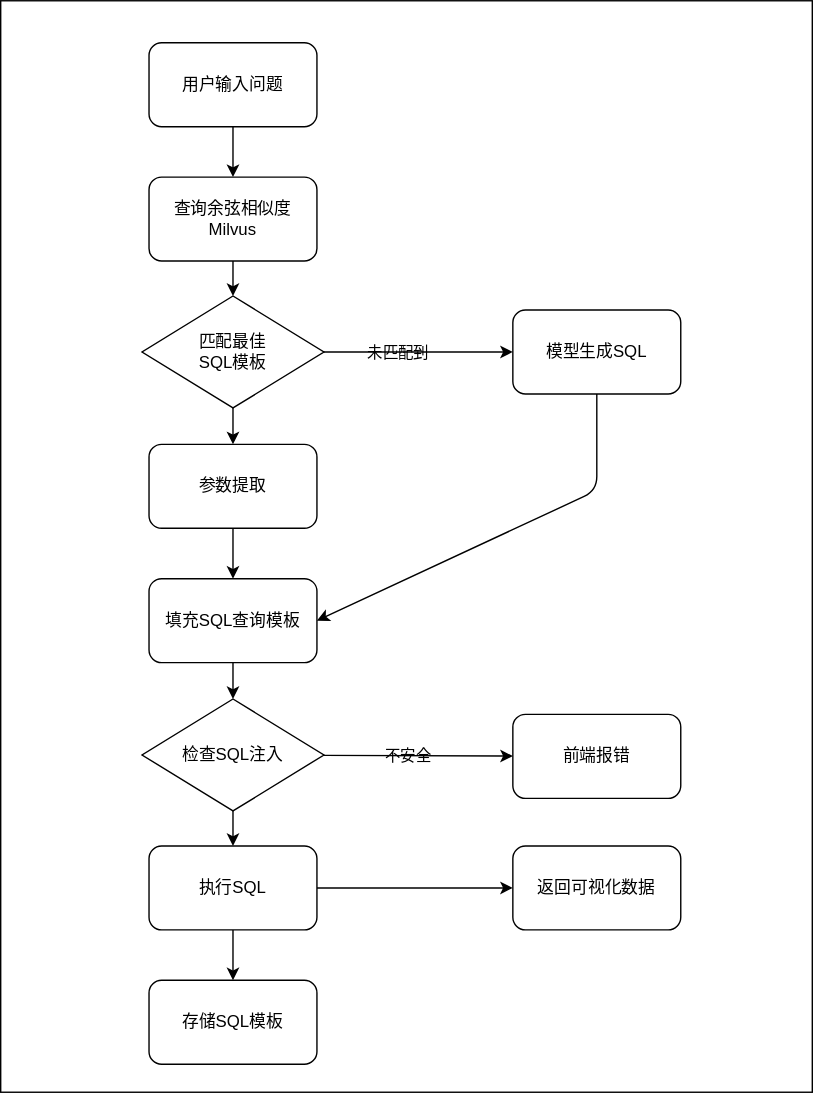
This is images/chat-bi.svg from sumingcheng/chat-bi, a draw.io export, as it was before one commit. Source tidied: cells renumbered, new cells last; positions are measured from the earlier drawing's top-left corner, leaving out a move shared by most shapes.
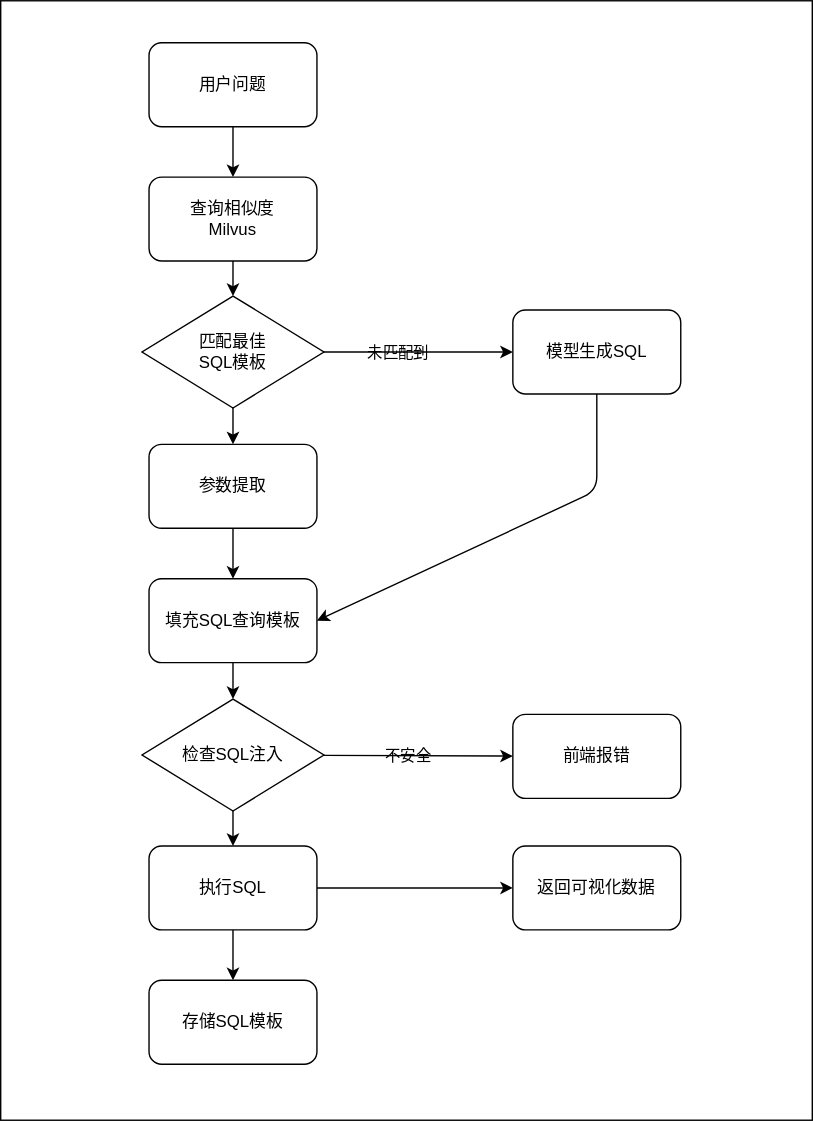
Above is the later version.

Commit message:
Optimize position of elements in chat-bi.drawio

What changed in the source:
```diff
@@ -3,18 +3,18 @@
     <mxCell id="0" />
     <mxCell id="1" parent="0" />
     <mxCell id="2" style="rounded=0;whiteSpace=wrap;html=1;labelBackgroundColor=none;" parent="1" vertex="1">
-      <mxGeometry width="580" height="780" as="geometry" />
+      <mxGeometry width="580" height="800" as="geometry" />
     </mxCell>
     <mxCell id="3" style="edgeStyle=none;html=1;labelBackgroundColor=none;" parent="1" edge="1" source="4" target="6">
       <mxGeometry relative="1" as="geometry" />
     </mxCell>
-    <mxCell id="4" value="用户输入问题" style="rounded=1;whiteSpace=wrap;html=1;flipV=0;flipH=1;labelBackgroundColor=none;" parent="1" vertex="1">
+    <mxCell id="4" value="用户问题" style="rounded=1;whiteSpace=wrap;html=1;flipV=0;flipH=1;labelBackgroundColor=none;" parent="1" vertex="1">
       <mxGeometry x="106" y="30" width="120" height="60" as="geometry" />
     </mxCell>
     <mxCell id="5" style="edgeStyle=none;html=1;labelBackgroundColor=none;" parent="1" edge="1" source="6" target="20">
       <mxGeometry relative="1" as="geometry" />
     </mxCell>
-    <mxCell id="6" value="查询余弦相似度&lt;br&gt;Milvus" style="rounded=1;whiteSpace=wrap;html=1;flipV=0;flipH=1;labelBackgroundColor=none;" parent="1" vertex="1">
+    <mxCell id="6" value="查询相似度&lt;br&gt;Milvus" style="rounded=1;whiteSpace=wrap;html=1;flipV=0;flipH=1;labelBackgroundColor=none;" parent="1" vertex="1">
       <mxGeometry x="106" y="126" width="120" height="60" as="geometry" />
     </mxCell>
     <mxCell id="7" style="edgeStyle=none;html=1;labelBackgroundColor=none;entryX=1;entryY=0.5;entryDx=0;entryDy=0;" parent="1" edge="1" source="8" target="12">
```
